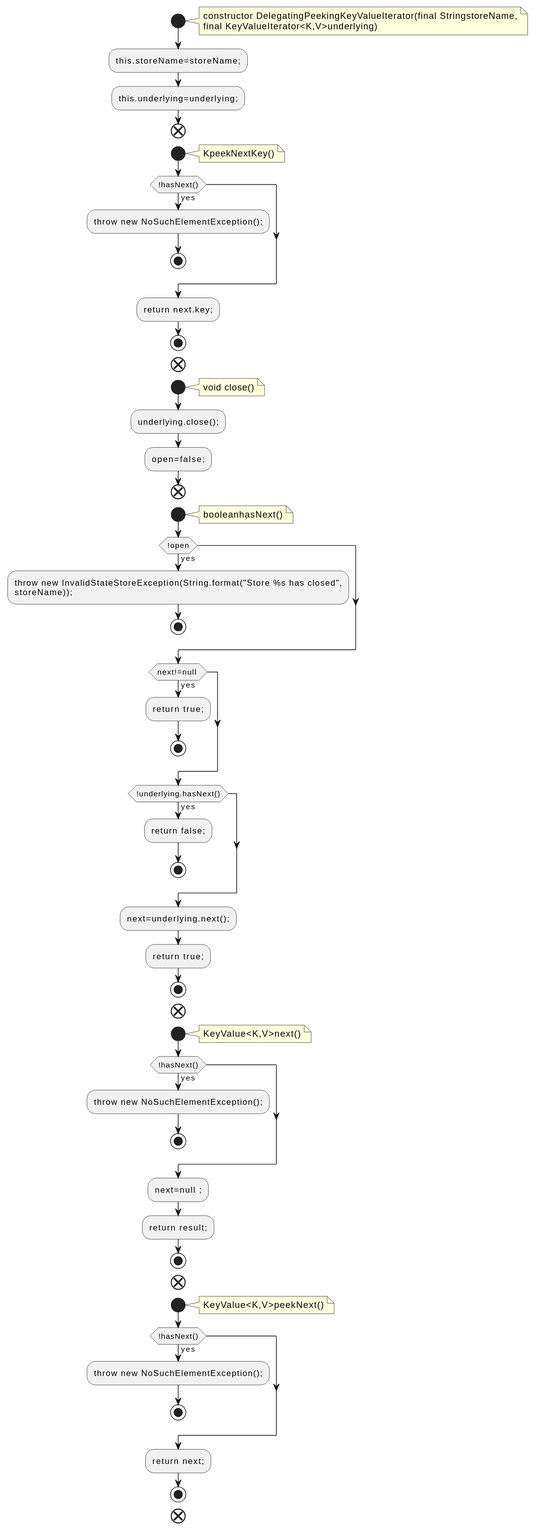
Before: docs/qc/streams/src/main/java/org/apache/kafka/streams/state/internals/DelegatingPeekingKeyValueIterator.java.fct.svg, a diagram exported from PlantUML (qualitesys/kafka).
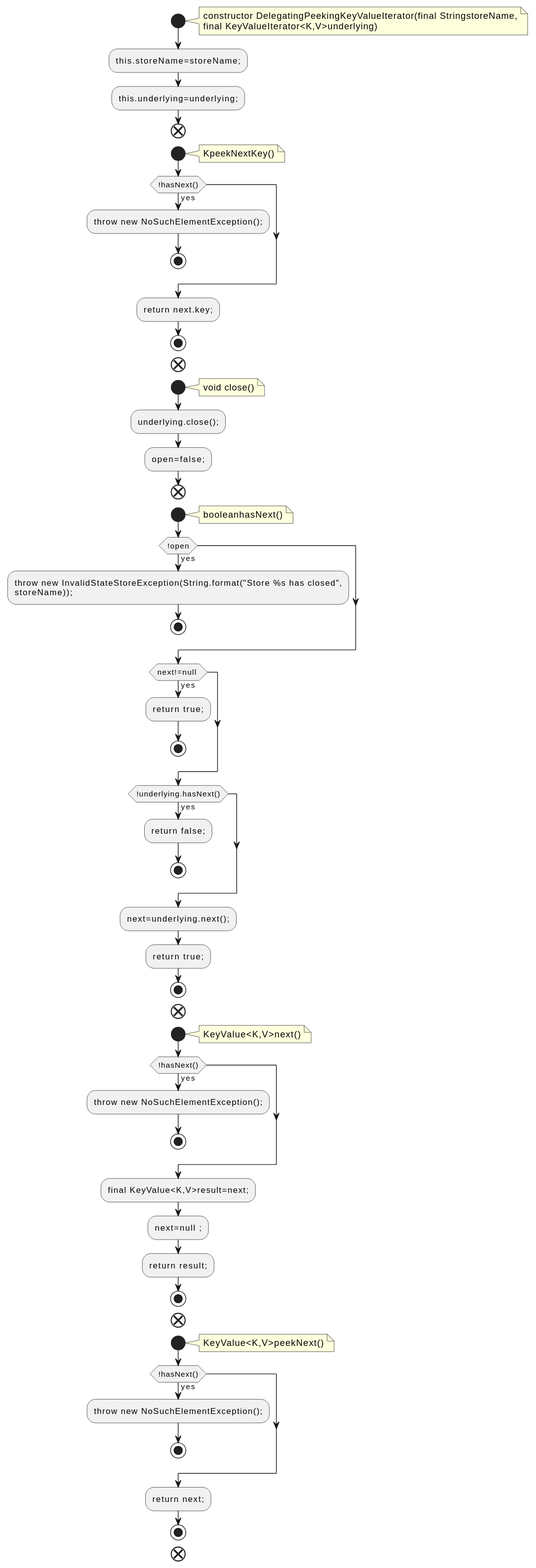
Later version of the same file.

Change to the diagram source:
```diff
@@ -55,6 +55,7 @@
 :throw new NoSuchElementException();;
 stop
 endif
+:final KeyValue<K,V>result=next;;
 :next=null ;;
 :return result;;
 stop
```
